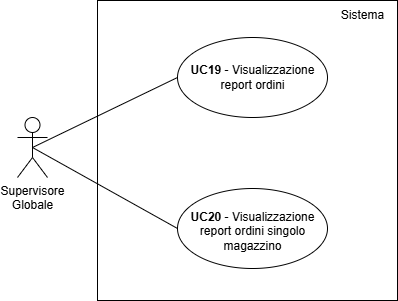
Earlier version of the draw.io export documents/rtb/assets/UC19.png (teamcodealchemists/docs). Source tidied: cells renumbered, new cells last; positions are measured from the earlier drawing's top-left corner, leaving out a move shared by most shapes.
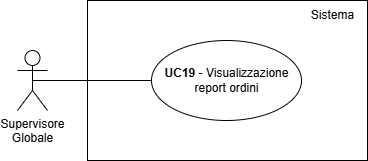
The same diagram one commit later.

Diff of the diagram source:
```diff
@@ -3,31 +3,22 @@
     <mxCell id="0" />
     <mxCell id="1" parent="0" />
     <mxCell id="2" value="Supervisore&lt;div&gt;Globale&lt;/div&gt;" style="shape=umlActor;verticalLabelPosition=bottom;verticalAlign=top;html=1;outlineConnect=0;" parent="1" vertex="1">
-      <mxGeometry y="117" width="30" height="60" as="geometry" />
+      <mxGeometry x="10" y="210" width="30" height="60" as="geometry" />
     </mxCell>
-    <mxCell id="3" style="rounded=0;whiteSpace=wrap;html=1;" parent="1" vertex="1">
-      <mxGeometry x="80" width="300" height="300" as="geometry" />
-    </mxCell>
-    <mxCell id="4" style="ellipse;whiteSpace=wrap;html=1;fontStyle=1;" parent="1" vertex="1">
-      <mxGeometry x="160" y="37" width="150" height="80" as="geometry" />
-    </mxCell>
+    <mxCell id="11" style="rounded=0;whiteSpace=wrap;html=1;" parent="1" vertex="1">
+      <mxGeometry x="80" y="160" width="280" height="160" as="geometry" />
+    </mxCell>
+    <mxCell id="12" style="ellipse;whiteSpace=wrap;html=1;fontStyle=1;" parent="1" vertex="1">
+      <mxGeometry x="144" y="200" width="150" height="80" as="geometry" />
+    </mxCell>
     <mxCell id="5" value="&lt;b&gt;UC19&amp;nbsp;&lt;/b&gt;- Visualizzazione&lt;div&gt;report ordini&lt;/div&gt;" style="text;html=1;align=center;verticalAlign=middle;strokeColor=none;fillColor=none;" parent="1" vertex="1">
-      <mxGeometry x="160" y="57" width="150" height="40" as="geometry" />
+      <mxGeometry x="144" y="220" width="150" height="40" as="geometry" />
     </mxCell>
-    <mxCell id="6" style="endArrow=none;html=1;rounded=0;entryX=0;entryY=0.5;entryDx=0;entryDy=0;exitX=0.5;exitY=0.5;exitDx=0;exitDy=0;exitPerimeter=0;" parent="1" edge="1" source="2" target="4">
-      <mxGeometry relative="1" as="geometry" />
-    </mxCell>
-    <mxCell id="7" style="ellipse;whiteSpace=wrap;html=1;fontStyle=1;" parent="1" vertex="1">
-      <mxGeometry x="160" y="188" width="150" height="80" as="geometry" />
-    </mxCell>
-    <mxCell id="8" value="&lt;b&gt;UC20&amp;nbsp;&lt;/b&gt;- Visualizzazione&lt;div&gt;report&amp;nbsp;&lt;span style=&quot;background-color: transparent; color: light-dark(rgb(0, 0, 0), rgb(255, 255, 255));&quot;&gt;ordini singolo&lt;/span&gt;&lt;/div&gt;&lt;div&gt;&lt;span style=&quot;background-color: transparent; color: light-dark(rgb(0, 0, 0), rgb(255, 255, 255));&quot;&gt;magazzino&lt;/span&gt;&lt;/div&gt;" style="text;html=1;align=center;verticalAlign=middle;strokeColor=none;fillColor=none;" parent="1" vertex="1">
-      <mxGeometry x="160" y="201" width="150" height="60" as="geometry" />
-    </mxCell>
+    <mxCell id="13" style="endArrow=none;html=1;rounded=0;entryX=0;entryY=0.5;entryDx=0;entryDy=0;exitX=0.5;exitY=0.5;exitDx=0;exitDy=0;exitPerimeter=0;" parent="1" edge="1" source="2" target="12">
+      <mxGeometry relative="1" as="geometry" />
+    </mxCell>
     <mxCell id="9" value="Sistema" style="text;html=1;align=center;verticalAlign=middle;strokeColor=none;fillColor=none;" parent="1" vertex="1">
-      <mxGeometry x="310" width="70" height="30" as="geometry" />
+      <mxGeometry x="290" y="160" width="70" height="30" as="geometry" />
     </mxCell>
-    <mxCell id="10" style="endArrow=none;html=1;rounded=0;entryX=0;entryY=0.5;entryDx=0;entryDy=0;exitX=0.5;exitY=0.5;exitDx=0;exitDy=0;exitPerimeter=0;" parent="1" edge="1" source="2" target="7">
-      <mxGeometry relative="1" as="geometry" />
-    </mxCell>
   </root>
 </mxGraphModel>
```
